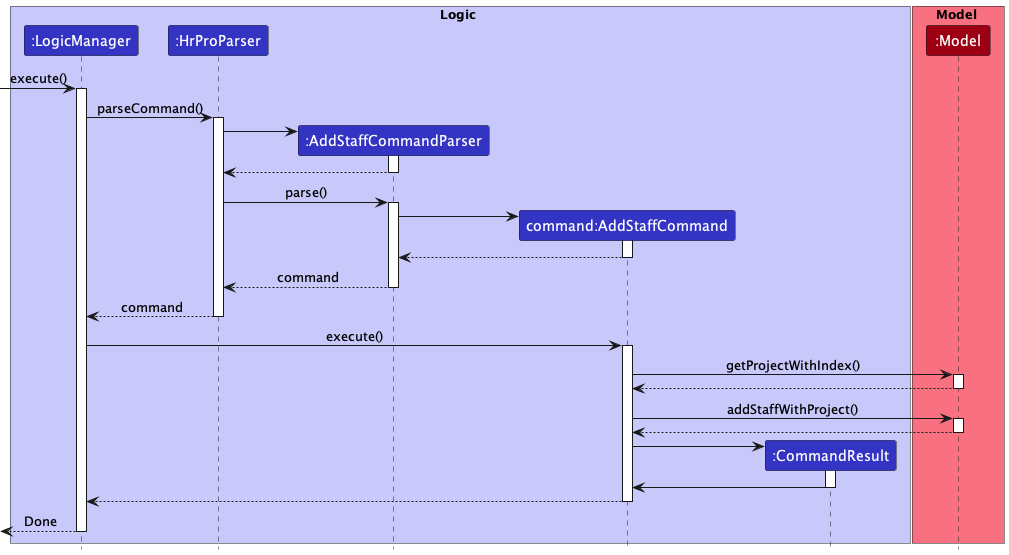
The PlantUML diagram docs/images/AddStaffCommandSequenceDiagram.png in nus-cs2103-AY2223S1/tp, before a commit.
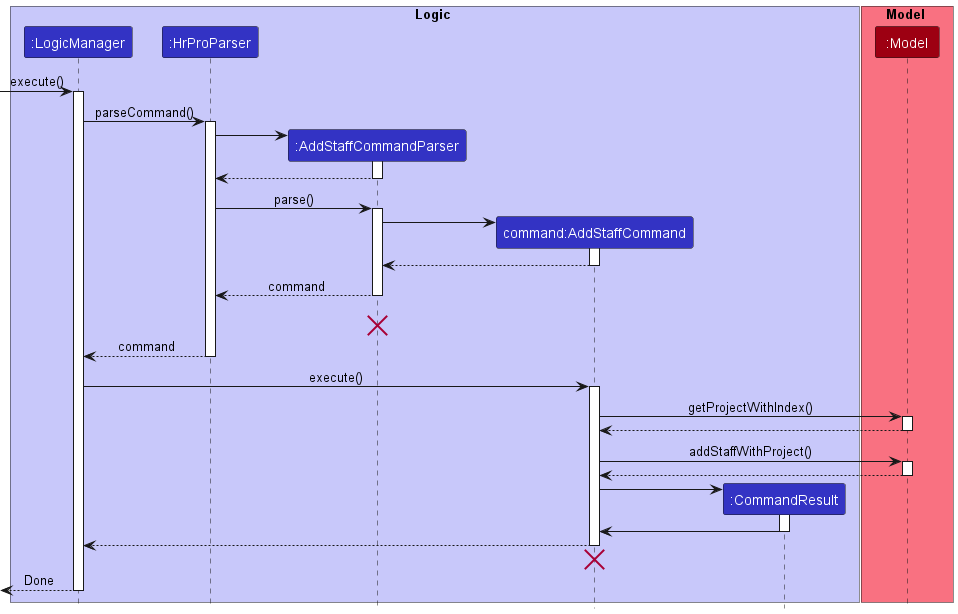
Above is the later version.

What changed in the source:
```diff
@@ -38,6 +38,8 @@
 
 AddStaffCommandParser --> HrProParser : command
 deactivate AddStaffCommandParser
+AddStaffCommandParser -[hidden]-> HrProParser : command
+destroy AddStaffCommandParser
 
 HrProParser --> LogicManager : command
 deactivate HrProParser
@@ -64,6 +66,8 @@
 
 AddStaffCommand --> LogicManager
 deactivate AddStaffCommand
+AddStaffCommand -[hidden]-> LogicManager
+destroy AddStaffCommand
 
 [<--LogicManager : Done
 deactivate LogicManager
```
